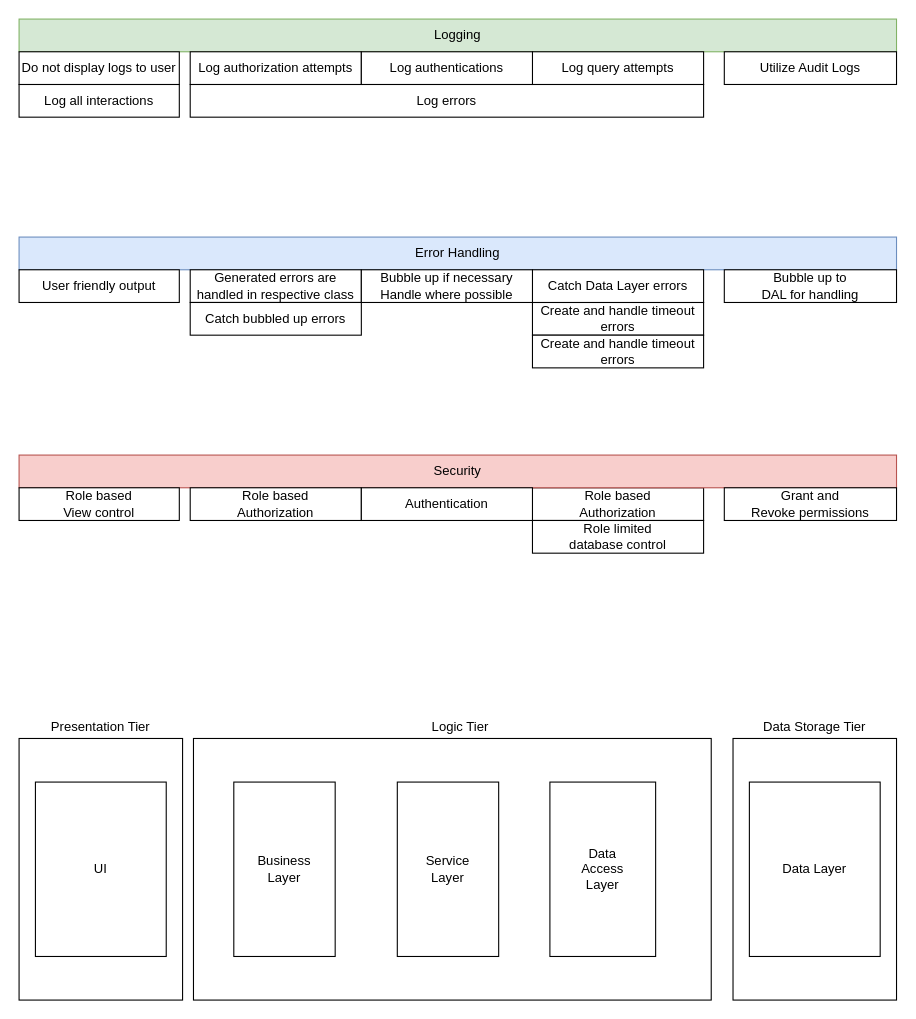
Hunter3787/Saturday-Solution keeps this draw.io diagram as Documents/Milestone 3/Revised HL Design/DrawIO/HighLevelDesign.drawio. Above is the earlier version. Source tidied: cells renumbered, new cells numbered last; positions are measured from the earlier drawing's top-left corner, leaving out a move shared by most shapes. Both pictures are drawn from the tidied source at 109%, with x=0, y=0 at pixel (19, 19).
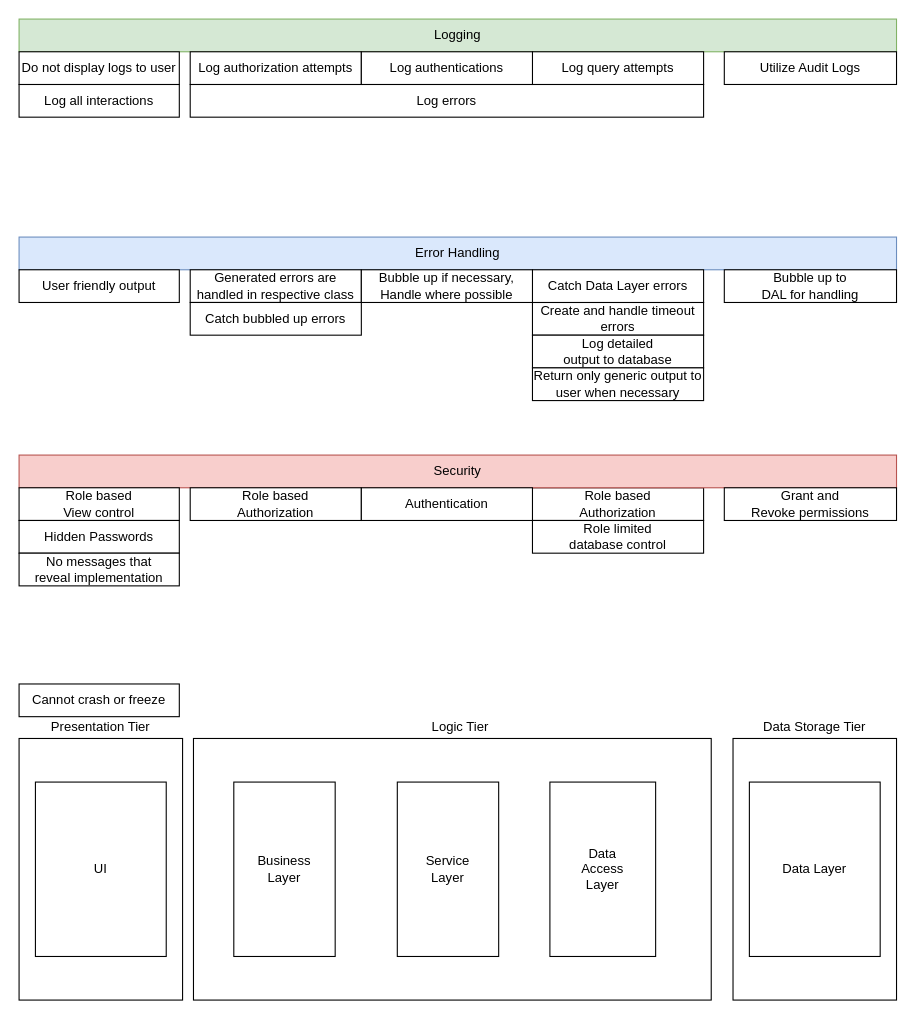
The same page after the edit.

Diff of the diagram source:
```diff
@@
-    <mxCell id="34" value="Bubble up if necessary&lt;br&gt;Handle where possible" style="rounded=0;whiteSpace=wrap;html=1;" parent="1" vertex="1">
+    <mxCell id="34" value="Bubble up if necessary,&lt;br&gt;Handle where possible" style="rounded=0;whiteSpace=wrap;html=1;" parent="1" vertex="1">
       <mxGeometry x="314" y="230" width="157" height="30" as="geometry" />
     </mxCell>
@@
-    <mxCell id="37" value="Create and handle timeout errors" style="rounded=0;whiteSpace=wrap;html=1;" parent="1" vertex="1">
+    <mxCell id="37" value="Log detailed &lt;br&gt;output to database" style="rounded=0;whiteSpace=wrap;html=1;" parent="1" vertex="1">
       <mxGeometry x="471" y="290" width="157" height="30" as="geometry" />
     </mxCell>
+    <mxCell id="38" value="Hidden Passwords" style="rounded=0;whiteSpace=wrap;html=1;" parent="1" vertex="1">
+      <mxGeometry y="460" width="147" height="30" as="geometry" />
+    </mxCell>
+    <mxCell id="39" value="No messages that &lt;br&gt;reveal implementation" style="rounded=0;whiteSpace=wrap;html=1;" parent="1" vertex="1">
+      <mxGeometry y="490" width="147" height="30" as="geometry" />
+    </mxCell>
+    <mxCell id="40" value="Cannot crash or freeze" style="rounded=0;whiteSpace=wrap;html=1;" parent="1" vertex="1">
+      <mxGeometry y="610" width="147" height="30" as="geometry" />
+    </mxCell>
+    <mxCell id="41" value="Return only generic output to user when necessary" style="rounded=0;whiteSpace=wrap;html=1;" parent="1" vertex="1">
+      <mxGeometry x="471" y="320" width="157" height="30" as="geometry" />
+    </mxCell>
```
